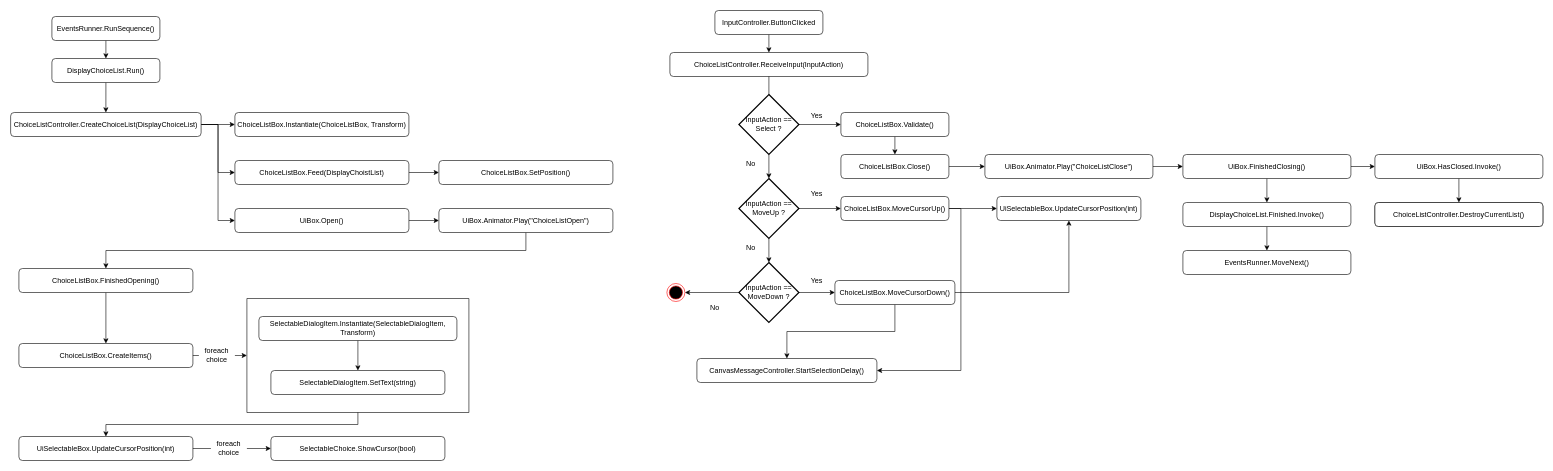
MaximeJoly96/LC_Unity keeps this draw.io diagram as page "Dialogs.DisplayChoiceList" (4 of 17) of Ace_Engine.drawio. Above is the earlier version. Source tidied: cells renumbered, new cells numbered last; positions are measured from the earlier drawing's top-left corner, leaving out a move shared by most shapes. Both pictures are drawn from the tidied source at 60%, with x=0, y=0 at pixel (10, 10).
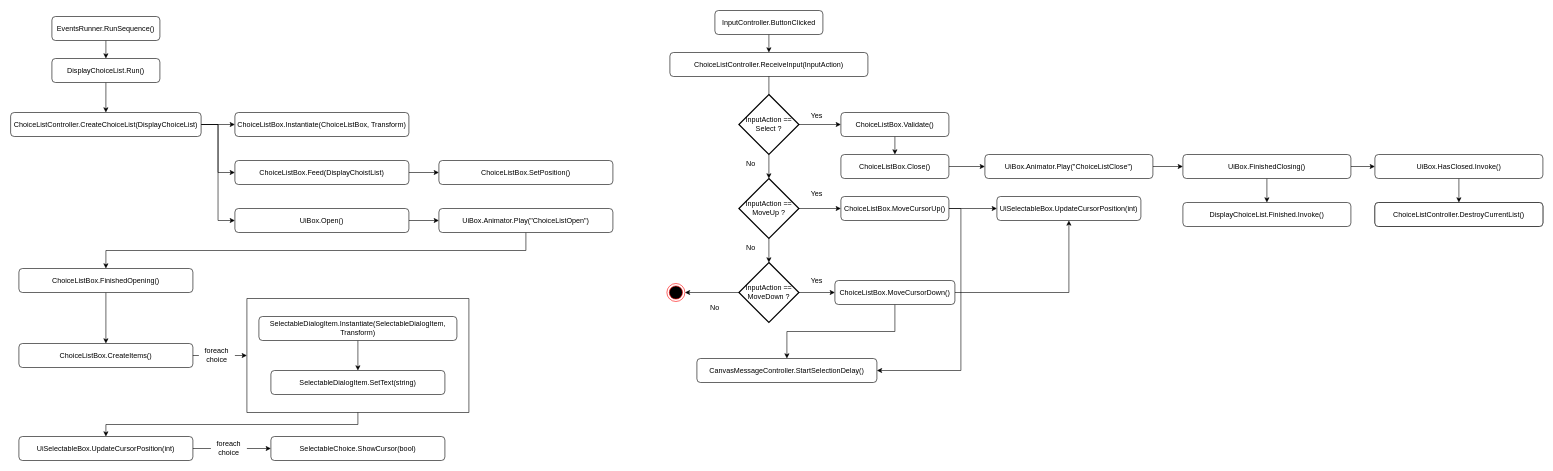
The same diagram, later.

The change refers to these unchanged cells:
```xml
<mxCell id="72" value="DisplayChoiceList.Finished.Invoke()" style="rounded=1;whiteSpace=wrap;html=1;" parent="1" vertex="1">
  <mxGeometry x="1954" y="320" width="280" height="40" as="geometry" />
</mxCell>
```

What changed in the source:
```diff
@@
-    <mxCell id="71" style="edgeStyle=orthogonalEdgeStyle;rounded=0;jettySize=auto;html=1;exitX=0.5;exitY=1;exitDx=0;exitDy=0;entryX=0.5;entryY=0;entryDx=0;entryDy=0;" parent="1" edge="1" source="72" target="73">
-      <mxGeometry relative="1" as="geometry" />
-    </mxCell>
@@
-    <mxCell id="73" value="EventsRunner.MoveNext()" style="rounded=1;whiteSpace=wrap;html=1;" parent="1" vertex="1">
-      <mxGeometry x="1954" y="400" width="280" height="40" as="geometry" />
-    </mxCell>
```
